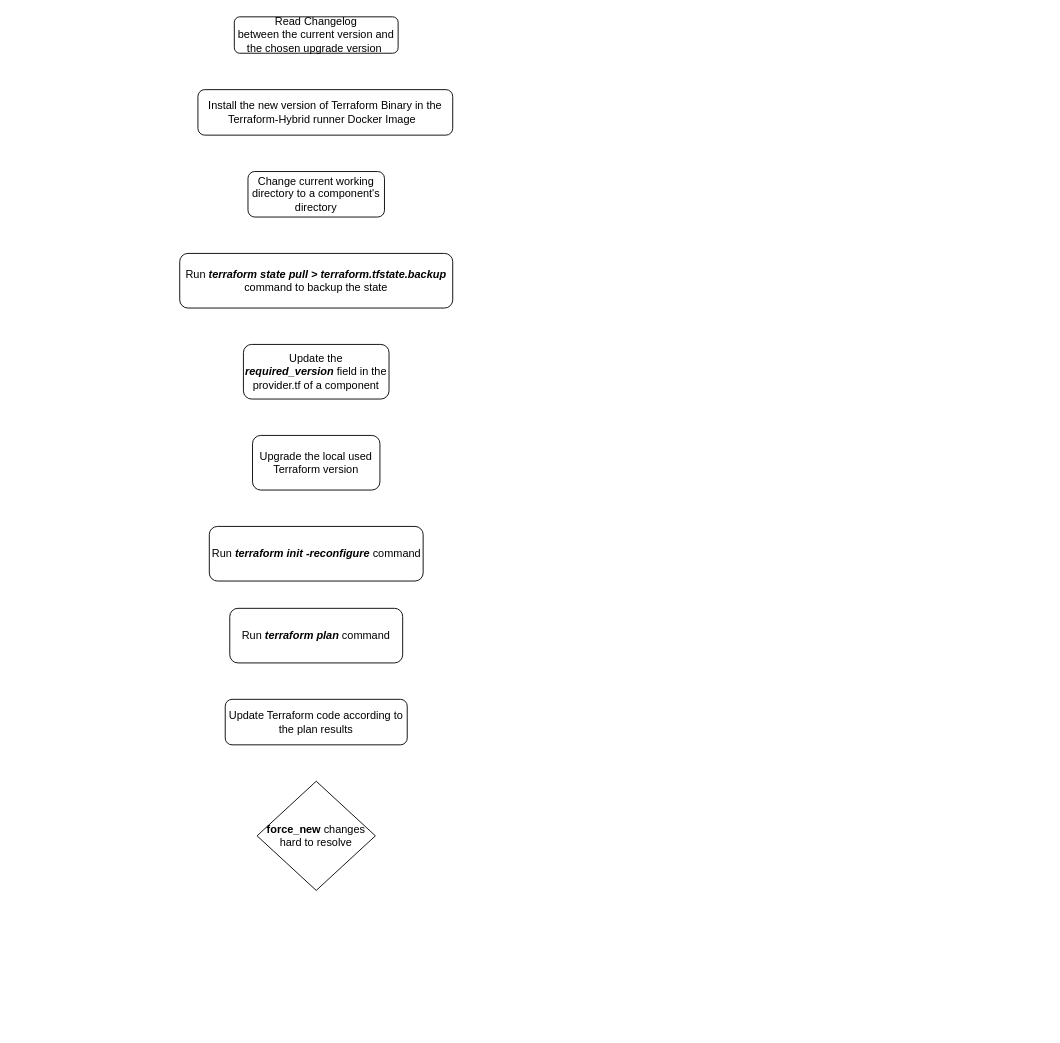
The draw.io diagram page "terraform-upgrade-steps" (3 of 4) of terraform-version-chosen-strategy.drawio in YanshanSong/draw.io, before the edit. Source tidied: cells renumbered, new cells numbered last; positions are measured from the earlier drawing's top-left corner, leaving out a move shared by most shapes. Both pictures are drawn from the tidied source at 91%, with x=0, y=0 at pixel (179, 16).
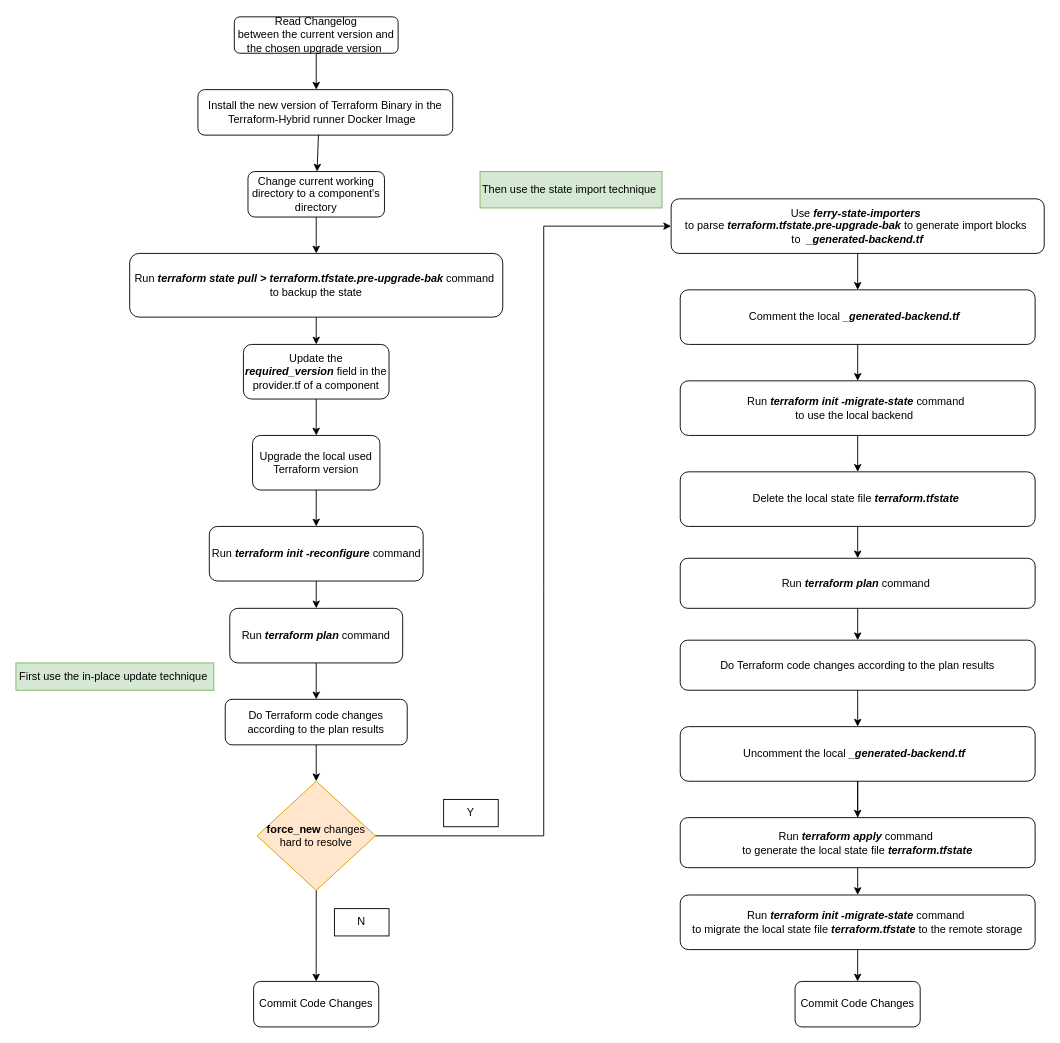
The same page after the edit.

The change refers to these unchanged cells:
```xml
<mxCell id="2" value="Read Changelog&lt;div&gt;between the current version and the chosen upgrade version&amp;nbsp;&lt;/div&gt;" style="rounded=1;whiteSpace=wrap;html=1;" parent="1" vertex="1">
  <mxGeometry x="60" width="180" height="40" as="geometry" />
</mxCell>
<mxCell id="3" value="Install the new version of Terraform Binary in the Terraform-Hybrid runner Docker Image&amp;nbsp;&amp;nbsp;" style="rounded=1;whiteSpace=wrap;html=1;" parent="1" vertex="1">
  <mxGeometry x="20" y="80" width="280" height="50" as="geometry" />
</mxCell>
<mxCell id="4" value="Update the &lt;b&gt;&lt;i&gt;required_version&lt;/i&gt;&lt;/b&gt; field in the provider.tf of a component" style="rounded=1;whiteSpace=wrap;html=1;" parent="1" vertex="1">
  <mxGeometry x="70" y="360" width="160" height="60" as="geometry" />
</mxCell>
<mxCell id="5" value="Upgrade the local used Terraform version" style="rounded=1;whiteSpace=wrap;html=1;" parent="1" vertex="1">
  <mxGeometry x="80" y="460" width="140" height="60" as="geometry" />
</mxCell>
<mxCell id="6" value="Run &lt;b&gt;&lt;i&gt;terraform plan&lt;/i&gt;&lt;/b&gt; command" style="rounded=1;whiteSpace=wrap;html=1;" parent="1" vertex="1">
  <mxGeometry x="55" y="650" width="190" height="60" as="geometry" />
</mxCell>
<mxCell id="8" value="Run &lt;b&gt;&lt;i&gt;terraform init -reconfigure&lt;/i&gt;&lt;/b&gt;&amp;nbsp;command" style="rounded=1;whiteSpace=wrap;html=1;" parent="1" vertex="1">
  <mxGeometry x="32.5" y="560" width="235" height="60" as="geometry" />
</mxCell>
<mxCell id="10" value="Change current working directory to a component's directory" style="rounded=1;whiteSpace=wrap;html=1;" parent="1" vertex="1">
  <mxGeometry x="75" y="170" width="150" height="50" as="geometry" />
</mxCell>
```

What changed in the source:
```diff
@@
-    <mxCell id="7" value="&lt;b&gt;force_new&lt;/b&gt; changes&lt;div&gt;hard to resolve&lt;/div&gt;" style="rhombus;whiteSpace=wrap;html=1;" parent="1" vertex="1">
+    <mxCell id="7" value="&lt;b&gt;force_new&lt;/b&gt; changes&lt;div&gt;hard to resolve&lt;/div&gt;" style="rhombus;whiteSpace=wrap;html=1;fillColor=#ffe6cc;strokeColor=#d79b00;" parent="1" vertex="1">
       <mxGeometry x="85" y="840" width="130" height="120" as="geometry" />
     </mxCell>
@@
-    <mxCell id="9" value="Run &lt;i style=&quot;font-weight: bold;&quot;&gt;terraform state pull &amp;gt;&amp;nbsp;terraform.tfstate.backup &lt;/i&gt;command to backup the state" style="rounded=1;whiteSpace=wrap;html=1;" parent="1" vertex="1">
-      <mxGeometry y="260" width="300" height="60" as="geometry" />
+    <mxCell id="9" value="Run &lt;i style=&quot;font-weight: bold;&quot;&gt;terraform state pull &amp;gt;&amp;nbsp;terraform.tfstate.pre-upgrade-bak&amp;nbsp;&lt;/i&gt;command&amp;nbsp;&lt;div&gt;to backup the state&lt;/div&gt;" style="rounded=1;whiteSpace=wrap;html=1;" parent="1" vertex="1">
+      <mxGeometry x="-55" y="260" width="410" height="70" as="geometry" />
     </mxCell>
@@
-    <mxCell id="11" value="Update Terraform code according to the plan results" style="rounded=1;whiteSpace=wrap;html=1;" parent="1" vertex="1">
+    <mxCell id="11" value="Do Terraform code changes according to the plan results" style="rounded=1;whiteSpace=wrap;html=1;" parent="1" vertex="1">
       <mxGeometry x="50" y="750" width="200" height="50" as="geometry" />
     </mxCell>
+    <mxCell id="12" value="Commit Code Changes" style="rounded=1;whiteSpace=wrap;html=1;" parent="1" vertex="1">
+      <mxGeometry x="81.2" y="1060" width="137.5" height="50" as="geometry" />
+    </mxCell>
+    <mxCell id="13" value="Comment the local&amp;nbsp;&lt;b&gt;&lt;i&gt;_generated-backend.tf &lt;/i&gt;&lt;/b&gt;&amp;nbsp;" style="rounded=1;whiteSpace=wrap;html=1;" parent="1" vertex="1">
+      <mxGeometry x="550" y="300" width="390" height="60" as="geometry" />
+    </mxCell>
+    <mxCell id="14" style="endArrow=classic;html=1;rounded=0;exitX=0.5;exitY=1;exitDx=0;exitDy=0;" parent="1" edge="1" source="7" target="12">
+      <mxGeometry relative="1" as="geometry" />
+    </mxCell>
+    <mxCell id="15" value="N" style="text;html=1;align=center;verticalAlign=middle;whiteSpace=wrap;rounded=0;fillColor=none;strokeColor=default;" parent="1" vertex="1">
+      <mxGeometry x="170" y="980" width="60" height="30" as="geometry" />
+    </mxCell>
+    <mxCell id="16" style="endArrow=classic;html=1;rounded=0;exitX=1;exitY=0.5;exitDx=0;exitDy=0;entryX=0;entryY=0.5;entryDx=0;entryDy=0;" parent="1" edge="1" source="7" target="21">
+      <mxGeometry relative="1" as="geometry">
+        <Array as="points">
+          <mxPoint x="400" y="900" />
+          <mxPoint x="400" y="630" />
+          <mxPoint x="400" y="230" />
+        </Array>
+      </mxGeometry>
+    </mxCell>
+    <mxCell id="17" value="Y" style="text;html=1;align=center;verticalAlign=middle;whiteSpace=wrap;rounded=0;fillColor=none;strokeColor=default;" parent="1" vertex="1">
+      <mxGeometry x="290" y="860" width="60" height="30" as="geometry" />
+    </mxCell>
+    <mxCell id="18" value="Then use the state import technique&amp;nbsp;" style="text;html=1;align=center;verticalAlign=middle;whiteSpace=wrap;rounded=0;strokeColor=#82b366;fillColor=#d5e8d4;" parent="1" vertex="1">
+      <mxGeometry x="330" y="170" width="200" height="40" as="geometry" />
+    </mxCell>
+    <mxCell id="19" value="Run &lt;i style=&quot;font-weight: bold;&quot;&gt;terraform init&amp;nbsp;-migrate-state &lt;/i&gt;command&amp;nbsp;&lt;div&gt;to use the local backend&amp;nbsp;&amp;nbsp;&lt;/div&gt;" style="rounded=1;whiteSpace=wrap;html=1;" parent="1" vertex="1">
+      <mxGeometry x="550" y="400" width="390" height="60" as="geometry" />
+    </mxCell>
+    <mxCell id="20" value="Delete the local state file&amp;nbsp;&lt;i style=&quot;font-weight: bold;&quot;&gt;terraform.tfstate&amp;nbsp;&lt;/i&gt;" style="rounded=1;whiteSpace=wrap;html=1;" parent="1" vertex="1">
+      <mxGeometry x="550" y="500" width="390" height="60" as="geometry" />
+    </mxCell>
+    <mxCell id="21" value="Use &lt;i style=&quot;font-weight: bold;&quot;&gt;ferry-state-importers&amp;nbsp;&lt;/i&gt;&lt;div&gt;to parse&amp;nbsp;&lt;i style=&quot;font-weight: bold;&quot;&gt;terraform.tfstate.pre-upgrade-bak&lt;/i&gt;&amp;nbsp;to generate import blocks&amp;nbsp;&lt;div&gt;to&amp;nbsp;&amp;nbsp;&lt;b&gt;&lt;i&gt;_generated-backend.tf&lt;/i&gt;&lt;/b&gt;&lt;/div&gt;&lt;/div&gt;" style="rounded=1;whiteSpace=wrap;html=1;" parent="1" vertex="1">
+      <mxGeometry x="540" y="200" width="410" height="60" as="geometry" />
+    </mxCell>
+    <mxCell id="22" value="First use the in-place update technique&amp;nbsp;" style="text;html=1;align=center;verticalAlign=middle;whiteSpace=wrap;rounded=0;strokeColor=#82b366;fillColor=#d5e8d4;" parent="1" vertex="1">
+      <mxGeometry x="-180" y="710" width="217.5" height="30" as="geometry" />
+    </mxCell>
+    <mxCell id="23" value="&lt;div&gt;Run &lt;b&gt;&lt;i&gt;terraform plan&amp;nbsp;&lt;/i&gt;&lt;/b&gt;command&amp;nbsp;&lt;/div&gt;" style="rounded=1;whiteSpace=wrap;html=1;" parent="1" vertex="1">
+      <mxGeometry x="550" y="595" width="390" height="55" as="geometry" />
+    </mxCell>
+    <mxCell id="24" style="edgeStyle=orthogonalEdgeStyle;rounded=0;jettySize=auto;html=1;" parent="1" edge="1" source="25" target="34">
+      <mxGeometry relative="1" as="geometry" />
+    </mxCell>
+    <mxCell id="25" value="Uncomment the local&amp;nbsp;&lt;b&gt;&lt;i&gt;_generated-backend.tf&amp;nbsp;&lt;/i&gt;&lt;/b&gt;&amp;nbsp;" style="rounded=1;whiteSpace=wrap;html=1;" parent="1" vertex="1">
+      <mxGeometry x="550" y="780" width="390" height="60" as="geometry" />
+    </mxCell>
+    <mxCell id="26" value="Run &lt;i style=&quot;font-weight: bold;&quot;&gt;terraform init&amp;nbsp;-migrate-state &lt;/i&gt;command&amp;nbsp;&lt;div&gt;to migrate the local state file&amp;nbsp;&lt;span style=&quot;background-color: initial;&quot;&gt;&lt;i style=&quot;font-weight: bold;&quot;&gt;terraform.tfstate &lt;/i&gt;to the remote storage&lt;/span&gt;&lt;/div&gt;" style="rounded=1;whiteSpace=wrap;html=1;" parent="1" vertex="1">
+      <mxGeometry x="550" y="965" width="390" height="60" as="geometry" />
+    </mxCell>
+    <mxCell id="27" value="Commit Code Changes" style="rounded=1;whiteSpace=wrap;html=1;" parent="1" vertex="1">
+      <mxGeometry x="676.2" y="1060" width="137.5" height="50" as="geometry" />
+    </mxCell>
+    <mxCell id="28" style="endArrow=classic;html=1;rounded=0;exitX=0.5;exitY=1;exitDx=0;exitDy=0;entryX=0.5;entryY=0;entryDx=0;entryDy=0;" parent="1" edge="1" source="21" target="13">
+      <mxGeometry relative="1" as="geometry" />
+    </mxCell>
+    <mxCell id="29" style="endArrow=classic;html=1;rounded=0;exitX=0.5;exitY=1;exitDx=0;exitDy=0;entryX=0.5;entryY=0;entryDx=0;entryDy=0;" parent="1" edge="1" source="13" target="19">
+      <mxGeometry relative="1" as="geometry" />
+    </mxCell>
+    <mxCell id="30" style="endArrow=classic;html=1;rounded=0;exitX=0.5;exitY=1;exitDx=0;exitDy=0;" parent="1" edge="1" source="19" target="20">
+      <mxGeometry relative="1" as="geometry" />
+    </mxCell>
+    <mxCell id="31" style="endArrow=classic;html=1;rounded=0;exitX=0.5;exitY=1;exitDx=0;exitDy=0;entryX=0.5;entryY=0;entryDx=0;entryDy=0;" parent="1" edge="1" source="20" target="23">
+      <mxGeometry relative="1" as="geometry" />
+    </mxCell>
+    <mxCell id="32" style="endArrow=classic;html=1;rounded=0;exitX=0.5;exitY=1;exitDx=0;exitDy=0;" parent="1" edge="1" source="25" target="26">
+      <mxGeometry relative="1" as="geometry" />
+    </mxCell>
+    <mxCell id="33" style="endArrow=classic;html=1;rounded=0;exitX=0.5;exitY=1;exitDx=0;exitDy=0;entryX=0.5;entryY=0;entryDx=0;entryDy=0;" parent="1" edge="1" source="26" target="27">
+      <mxGeometry relative="1" as="geometry" />
+    </mxCell>
+    <mxCell id="34" value="&lt;div&gt;Run &lt;b&gt;&lt;i&gt;terraform apply&lt;/i&gt;&lt;/b&gt; command&amp;nbsp;&lt;/div&gt;&lt;div&gt;to generate the local state file&amp;nbsp;&lt;b&gt;&lt;i&gt;terraform.tfstate&lt;/i&gt;&lt;/b&gt;&lt;/div&gt;" style="rounded=1;whiteSpace=wrap;html=1;" parent="1" vertex="1">
+      <mxGeometry x="550" y="880" width="390" height="55" as="geometry" />
+    </mxCell>
+    <mxCell id="35" value="Do Terraform code changes according to the plan results" style="rounded=1;whiteSpace=wrap;html=1;" parent="1" vertex="1">
+      <mxGeometry x="550" y="685" width="390" height="55" as="geometry" />
+    </mxCell>
+    <mxCell id="36" style="endArrow=classic;html=1;rounded=0;exitX=0.5;exitY=1;exitDx=0;exitDy=0;" parent="1" edge="1" source="23" target="35">
+      <mxGeometry relative="1" as="geometry" />
+    </mxCell>
+    <mxCell id="37" style="endArrow=classic;html=1;rounded=0;exitX=0.5;exitY=1;exitDx=0;exitDy=0;entryX=0.5;entryY=0;entryDx=0;entryDy=0;" parent="1" edge="1" source="35" target="25">
+      <mxGeometry relative="1" as="geometry" />
+    </mxCell>
+    <mxCell id="38" style="endArrow=classic;html=1;rounded=0;exitX=0.5;exitY=1;exitDx=0;exitDy=0;" parent="1" edge="1" source="2">
+      <mxGeometry relative="1" as="geometry">
+        <mxPoint x="150" y="80" as="targetPoint" />
+      </mxGeometry>
+    </mxCell>
+    <mxCell id="39" style="endArrow=classic;html=1;rounded=0;exitX=0.473;exitY=0.991;exitDx=0;exitDy=0;exitPerimeter=0;" parent="1" edge="1" source="3" target="10">
+      <mxGeometry relative="1" as="geometry" />
+    </mxCell>
+    <mxCell id="40" style="endArrow=classic;html=1;rounded=0;exitX=0.5;exitY=1;exitDx=0;exitDy=0;entryX=0.5;entryY=0;entryDx=0;entryDy=0;" parent="1" edge="1" source="10" target="9">
+      <mxGeometry relative="1" as="geometry" />
+    </mxCell>
+    <mxCell id="41" style="endArrow=classic;html=1;rounded=0;exitX=0.5;exitY=1;exitDx=0;exitDy=0;" parent="1" edge="1" source="9" target="4">
+      <mxGeometry relative="1" as="geometry" />
+    </mxCell>
+    <mxCell id="42" style="endArrow=classic;html=1;rounded=0;" parent="1" edge="1" target="5">
+      <mxGeometry relative="1" as="geometry">
+        <mxPoint x="150" y="420" as="sourcePoint" />
+      </mxGeometry>
+    </mxCell>
+    <mxCell id="43" style="endArrow=classic;html=1;rounded=0;exitX=0.5;exitY=1;exitDx=0;exitDy=0;" parent="1" edge="1" source="5" target="8">
+      <mxGeometry relative="1" as="geometry" />
+    </mxCell>
+    <mxCell id="44" style="endArrow=classic;html=1;rounded=0;exitX=0.5;exitY=1;exitDx=0;exitDy=0;entryX=0.5;entryY=0;entryDx=0;entryDy=0;" parent="1" edge="1" source="8" target="6">
+      <mxGeometry relative="1" as="geometry" />
+    </mxCell>
+    <mxCell id="45" style="endArrow=classic;html=1;rounded=0;exitX=0.5;exitY=1;exitDx=0;exitDy=0;" parent="1" edge="1" source="6" target="11">
+      <mxGeometry relative="1" as="geometry" />
+    </mxCell>
+    <mxCell id="46" style="endArrow=classic;html=1;rounded=0;exitX=0.5;exitY=1;exitDx=0;exitDy=0;entryX=0.5;entryY=0;entryDx=0;entryDy=0;" parent="1" edge="1" source="11" target="7">
+      <mxGeometry relative="1" as="geometry" />
+    </mxCell>
```
